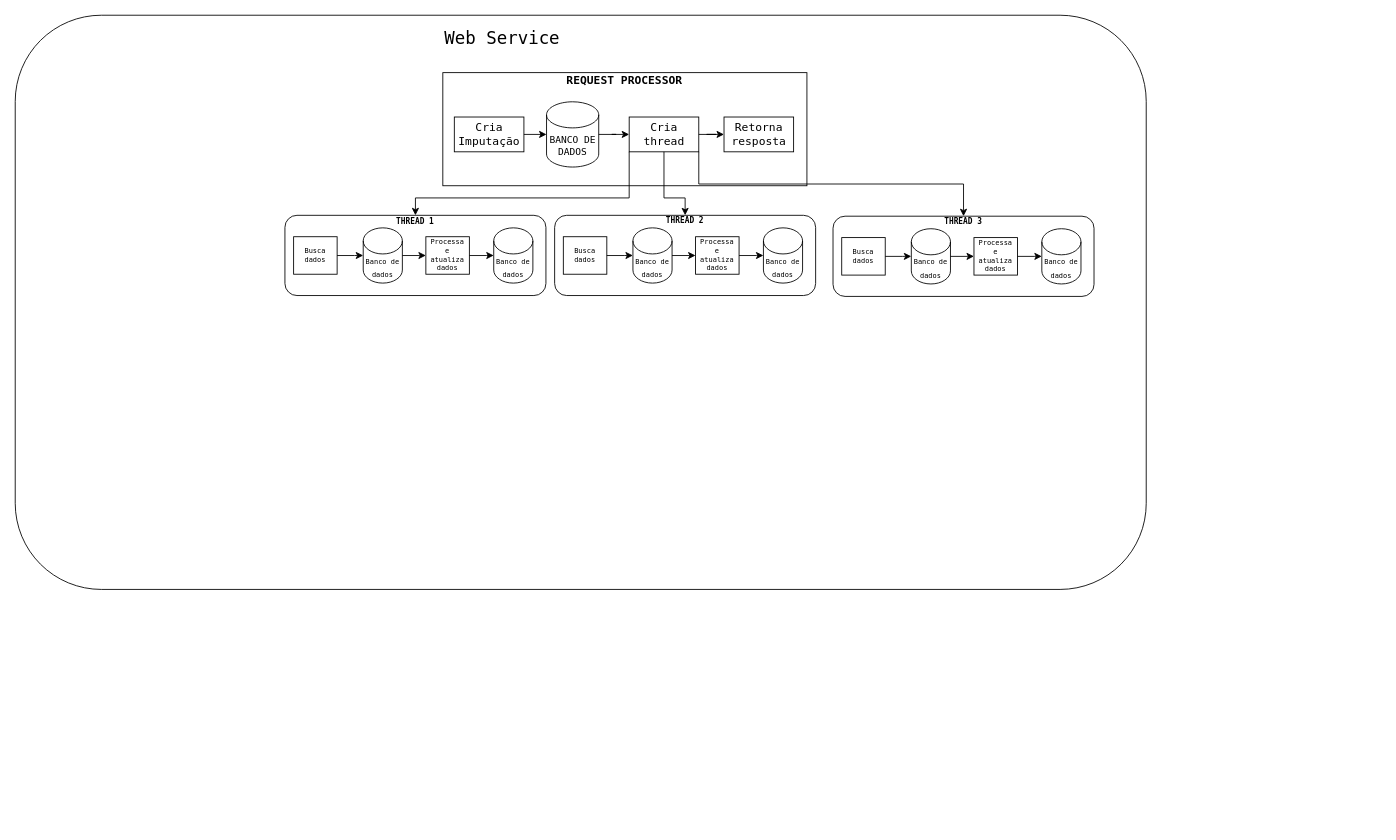
j-abreu/imputation-web-service keeps this draw.io diagram as images/Architecture.drawio. Above is the earlier version. Source tidied: cells renumbered, new cells numbered last; positions are measured from the earlier drawing's top-left corner, leaving out a move shared by most shapes. Both pictures are drawn from the tidied source at 87%, with x=0, y=0 at pixel (15, 15).
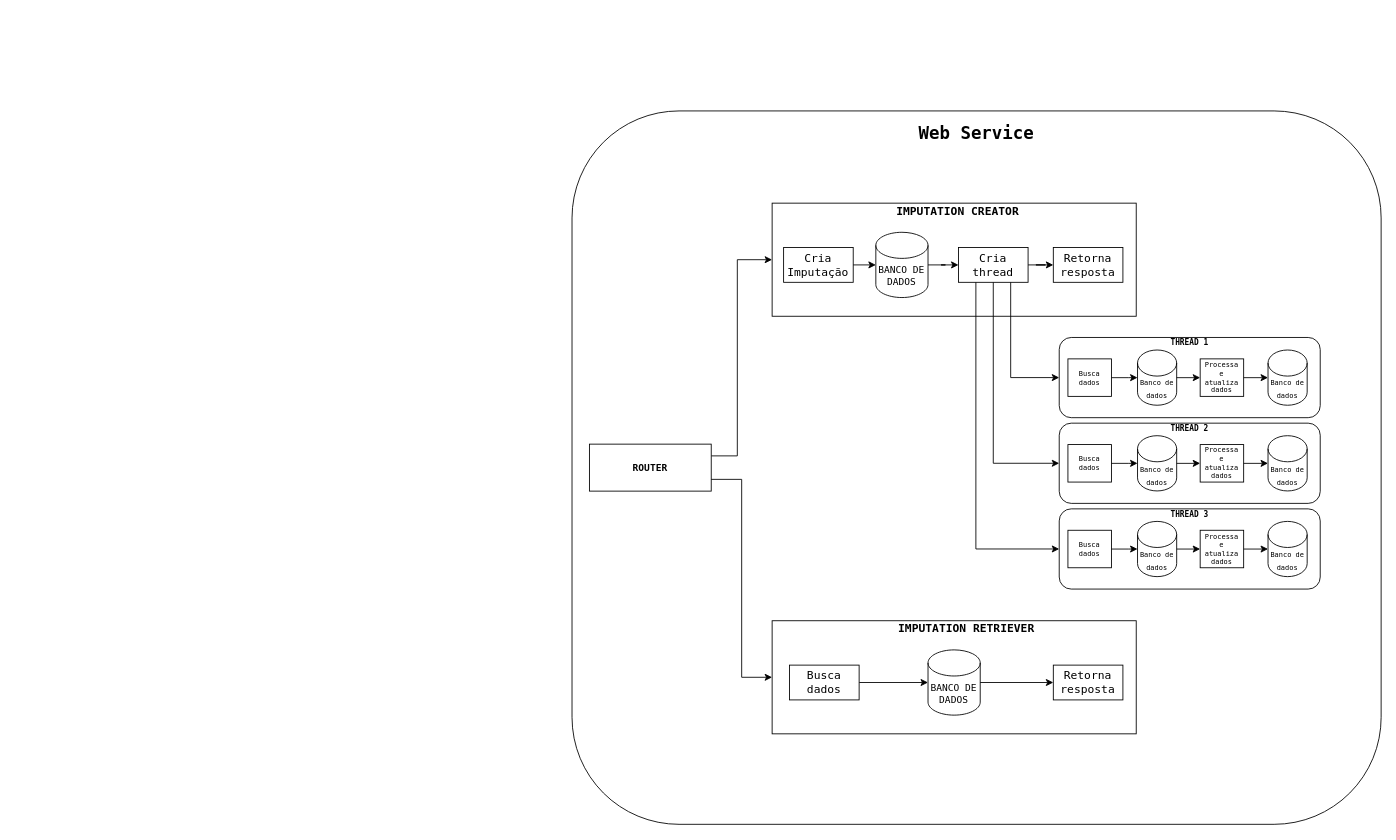
Above is the later version.

Unchanged cells that the change refers to:
```xml
<mxCell id="5" style="rounded=0;whiteSpace=wrap;html=1;fontFamily=Lucida Console;" parent="4" vertex="1">
  <mxGeometry y="4" width="418.5" height="130" as="geometry" />
</mxCell>
<mxCell id="10" value="Cria thread" style="rounded=0;whiteSpace=wrap;html=1;fontFamily=Lucida Console;fontSize=13;" parent="4" vertex="1">
  <mxGeometry x="214.2" y="55" width="80" height="40" as="geometry" />
</mxCell>
<mxCell id="16" style="rounded=1;whiteSpace=wrap;html=1;fontFamily=Lucida Console;fontSize=12;" parent="15" vertex="1">
  <mxGeometry width="300" height="92.2" as="geometry" />
</mxCell>
<mxCell id="26" style="rounded=1;whiteSpace=wrap;html=1;fontFamily=Lucida Console;fontSize=12;" parent="25" vertex="1">
  <mxGeometry width="300" height="92.2" as="geometry" />
</mxCell>
<mxCell id="37" style="rounded=1;whiteSpace=wrap;html=1;fontFamily=Lucida Console;fontSize=12;" parent="36" vertex="1">
  <mxGeometry width="300" height="92.2" as="geometry" />
</mxCell>
```

What changed in the source:
```diff
@@
+    <mxCell id="47" style="group;" parent="1" vertex="1">
+      <mxGeometry x="640" y="110" width="930" height="820" as="geometry" />
+    </mxCell>
-    <mxCell id="2" style="rounded=1;whiteSpace=wrap;html=1;" parent="1" vertex="1">
-      <mxGeometry width="1300" height="660" as="geometry" />
+    <mxCell id="2" style="rounded=1;whiteSpace=wrap;html=1;" parent="47" vertex="1">
+      <mxGeometry width="930" height="820" as="geometry" />
     </mxCell>
-    <mxCell id="3" value="Web Service" style="text;html=1;strokeColor=none;fillColor=none;align=center;verticalAlign=middle;whiteSpace=wrap;rounded=0;fontFamily=Lucida Console;fontSize=20;" parent="1" vertex="1">
-      <mxGeometry x="490" y="10" width="140" height="30" as="geometry" />
+    <mxCell id="3" value="Web Service" style="text;html=1;strokeColor=none;fillColor=none;align=center;verticalAlign=middle;whiteSpace=wrap;rounded=0;fontFamily=Lucida Console;fontSize=20;fontStyle=1;" parent="47" vertex="1">
+      <mxGeometry x="395" y="10" width="140" height="30" as="geometry" />
     </mxCell>
-    <mxCell id="4" style="group;fontFamily=Lucida Console;" parent="1" vertex="1">
-      <mxGeometry x="491.5" y="62" width="418.5" height="134" as="geometry" />
+    <mxCell id="4" style="group;fontFamily=Lucida Console;" parent="47" vertex="1">
+      <mxGeometry x="230" y="102" width="418.5" height="134" as="geometry" />
     </mxCell>
@@
-    <mxCell id="6" value="REQUEST PROCESSOR" style="text;html=1;strokeColor=none;fillColor=none;align=center;verticalAlign=middle;whiteSpace=wrap;rounded=0;fontFamily=Lucida Console;fontSize=13;fontStyle=1;" parent="4" vertex="1">
-      <mxGeometry x="136.8" y="-2" width="145" height="30" as="geometry" />
+    <mxCell id="6" value="IMPUTATION CREATOR" style="text;html=1;strokeColor=none;fillColor=none;align=center;verticalAlign=middle;whiteSpace=wrap;rounded=0;fontFamily=Lucida Console;fontSize=13;fontStyle=1;" parent="4" vertex="1">
+      <mxGeometry x="136.8" y="-2" width="153.2" height="30" as="geometry" />
     </mxCell>
@@
-    <mxCell id="14" style="edgeStyle=orthogonalEdgeStyle;rounded=0;jettySize=auto;html=1;exitX=0;exitY=1;exitDx=0;exitDy=0;fontFamily=Lucida Console;fontSize=12;entryX=0.5;entryY=0;entryDx=0;entryDy=0;" parent="1" edge="1" source="10" target="16">
-      <mxGeometry relative="1" as="geometry">
-        <Array as="points">
-          <mxPoint x="706" y="210" />
-          <mxPoint x="460" y="210" />
-        </Array>
-      </mxGeometry>
-    </mxCell>
-    <mxCell id="15" style="group;fontSize=14;fontFamily=Lucida Console;" parent="1" vertex="1">
-      <mxGeometry x="310" y="230" width="300" height="92.2" as="geometry" />
+    <mxCell id="15" style="group;fontSize=14;fontFamily=Lucida Console;" parent="47" vertex="1">
+      <mxGeometry x="560" y="260.4" width="300" height="92.2" as="geometry" />
     </mxCell>
@@
-    <mxCell id="25" style="group;fontFamily=Lucida Console;fontStyle=1;" parent="1" vertex="1">
-      <mxGeometry x="620" y="230" width="300" height="92.2" as="geometry" />
+    <mxCell id="25" style="group;fontFamily=Lucida Console;fontStyle=1;" parent="47" vertex="1">
+      <mxGeometry x="560" y="358.9" width="300" height="92.2" as="geometry" />
     </mxCell>
@@
-    <mxCell id="35" style="edgeStyle=orthogonalEdgeStyle;rounded=0;jettySize=auto;html=1;entryX=0.5;entryY=0;entryDx=0;entryDy=0;fontFamily=Lucida Console;fontSize=8;" parent="1" edge="1" source="10" target="26">
-      <mxGeometry relative="1" as="geometry">
-        <Array as="points">
-          <mxPoint x="746" y="210" />
-          <mxPoint x="770" y="210" />
-        </Array>
-      </mxGeometry>
-    </mxCell>
-    <mxCell id="36" style="group;fontFamily=Lucida Console;fontStyle=1;" parent="1" vertex="1">
-      <mxGeometry x="940" y="231" width="300" height="92.2" as="geometry" />
+    <mxCell id="36" style="group;fontFamily=Lucida Console;fontStyle=1;" parent="47" vertex="1">
+      <mxGeometry x="560" y="457.4" width="300" height="92.2" as="geometry" />
     </mxCell>
@@
+    <mxCell id="48" style="edgeStyle=orthogonalEdgeStyle;rounded=0;jettySize=auto;html=1;exitX=1;exitY=0.25;exitDx=0;exitDy=0;entryX=0;entryY=0.5;entryDx=0;entryDy=0;fontFamily=Lucida Console;fontSize=11;" parent="47" edge="1" source="49" target="5">
+      <mxGeometry relative="1" as="geometry">
+        <Array as="points">
+          <mxPoint x="190" y="396" />
+          <mxPoint x="190" y="171" />
+        </Array>
+      </mxGeometry>
+    </mxCell>
+    <mxCell id="49" value="ROUTER" style="rounded=0;whiteSpace=wrap;html=1;fontFamily=Lucida Console;fontSize=11;fontStyle=1;" parent="47" vertex="1">
+      <mxGeometry x="20" y="383" width="140" height="54" as="geometry" />
+    </mxCell>
+    <mxCell id="50" style="group;fontFamily=Lucida Console;" parent="47" vertex="1">
+      <mxGeometry x="230" y="582" width="418.5" height="134" as="geometry" />
+    </mxCell>
+    <mxCell id="51" style="rounded=0;whiteSpace=wrap;html=1;fontFamily=Lucida Console;" parent="50" vertex="1">
+      <mxGeometry y="4" width="418.5" height="130" as="geometry" />
+    </mxCell>
+    <mxCell id="52" value="IMPUTATION RETRIEVER" style="text;html=1;strokeColor=none;fillColor=none;align=center;verticalAlign=middle;whiteSpace=wrap;rounded=0;fontFamily=Lucida Console;fontSize=13;fontStyle=1;" parent="50" vertex="1">
+      <mxGeometry x="136.8" y="-2" width="173.2" height="30" as="geometry" />
+    </mxCell>
+    <mxCell id="53" value="&lt;font style=&quot;font-size: 11px;&quot;&gt;BANCO DE DADOS&lt;/font&gt;" style="shape=cylinder3;whiteSpace=wrap;html=1;boundedLbl=1;backgroundOutline=1;size=15;fontFamily=Lucida Console;fontSize=11;" parent="50" vertex="1">
+      <mxGeometry x="179.2" y="37.5" width="60" height="75" as="geometry" />
+    </mxCell>
+    <mxCell id="54" style="edgeStyle=orthogonalEdgeStyle;rounded=0;jettySize=auto;html=1;entryX=0;entryY=0.5;entryDx=0;entryDy=0;fontFamily=Lucida Console;fontSize=13;" parent="50" edge="1" source="53" target="55">
+      <mxGeometry relative="1" as="geometry" />
+    </mxCell>
+    <mxCell id="55" value="Retorna resposta" style="rounded=0;whiteSpace=wrap;html=1;fontFamily=Lucida Console;fontSize=13;" parent="50" vertex="1">
+      <mxGeometry x="323.2" y="55" width="80" height="40" as="geometry" />
+    </mxCell>
+    <mxCell id="56" style="edgeStyle=orthogonalEdgeStyle;rounded=0;jettySize=auto;html=1;entryX=0;entryY=0.5;entryDx=0;entryDy=0;entryPerimeter=0;fontFamily=Lucida Console;fontSize=11;" parent="50" edge="1" source="57" target="53">
+      <mxGeometry relative="1" as="geometry" />
+    </mxCell>
+    <mxCell id="57" value="Busca dados" style="rounded=0;whiteSpace=wrap;html=1;fontFamily=Lucida Console;fontSize=13;" parent="50" vertex="1">
+      <mxGeometry x="20" y="55" width="80" height="40" as="geometry" />
+    </mxCell>
+    <mxCell id="14" style="edgeStyle=orthogonalEdgeStyle;rounded=0;jettySize=auto;html=1;exitX=0.75;exitY=1;exitDx=0;exitDy=0;entryX=0;entryY=0.5;entryDx=0;entryDy=0;fontFamily=Lucida Console;fontSize=11;" parent="47" edge="1" source="10" target="16">
+      <mxGeometry relative="1" as="geometry" />
+    </mxCell>
+    <mxCell id="35" style="edgeStyle=orthogonalEdgeStyle;rounded=0;jettySize=auto;html=1;exitX=0.5;exitY=1;exitDx=0;exitDy=0;entryX=0;entryY=0.5;entryDx=0;entryDy=0;fontFamily=Lucida Console;fontSize=11;" parent="47" edge="1" source="10" target="26">
+      <mxGeometry relative="1" as="geometry" />
+    </mxCell>
+    <mxCell id="58" style="edgeStyle=orthogonalEdgeStyle;rounded=0;jettySize=auto;html=1;exitX=1;exitY=0.75;exitDx=0;exitDy=0;entryX=0;entryY=0.5;entryDx=0;entryDy=0;fontFamily=Lucida Console;fontSize=11;" parent="47" edge="1" source="49" target="51">
+      <mxGeometry relative="1" as="geometry" />
+    </mxCell>
-    <mxCell id="46" style="edgeStyle=orthogonalEdgeStyle;rounded=0;jettySize=auto;html=1;exitX=1;exitY=1;exitDx=0;exitDy=0;fontFamily=Lucida Console;fontSize=11;entryX=0.5;entryY=0;entryDx=0;entryDy=0;" parent="1" edge="1" source="10" target="37">
+    <mxCell id="46" style="edgeStyle=orthogonalEdgeStyle;rounded=0;jettySize=auto;html=1;exitX=0.25;exitY=1;exitDx=0;exitDy=0;entryX=0;entryY=0.5;entryDx=0;entryDy=0;fontFamily=Lucida Console;fontSize=11;" parent="47" edge="1" source="10" target="37">
       <mxGeometry relative="1" as="geometry" />
     </mxCell>
```
